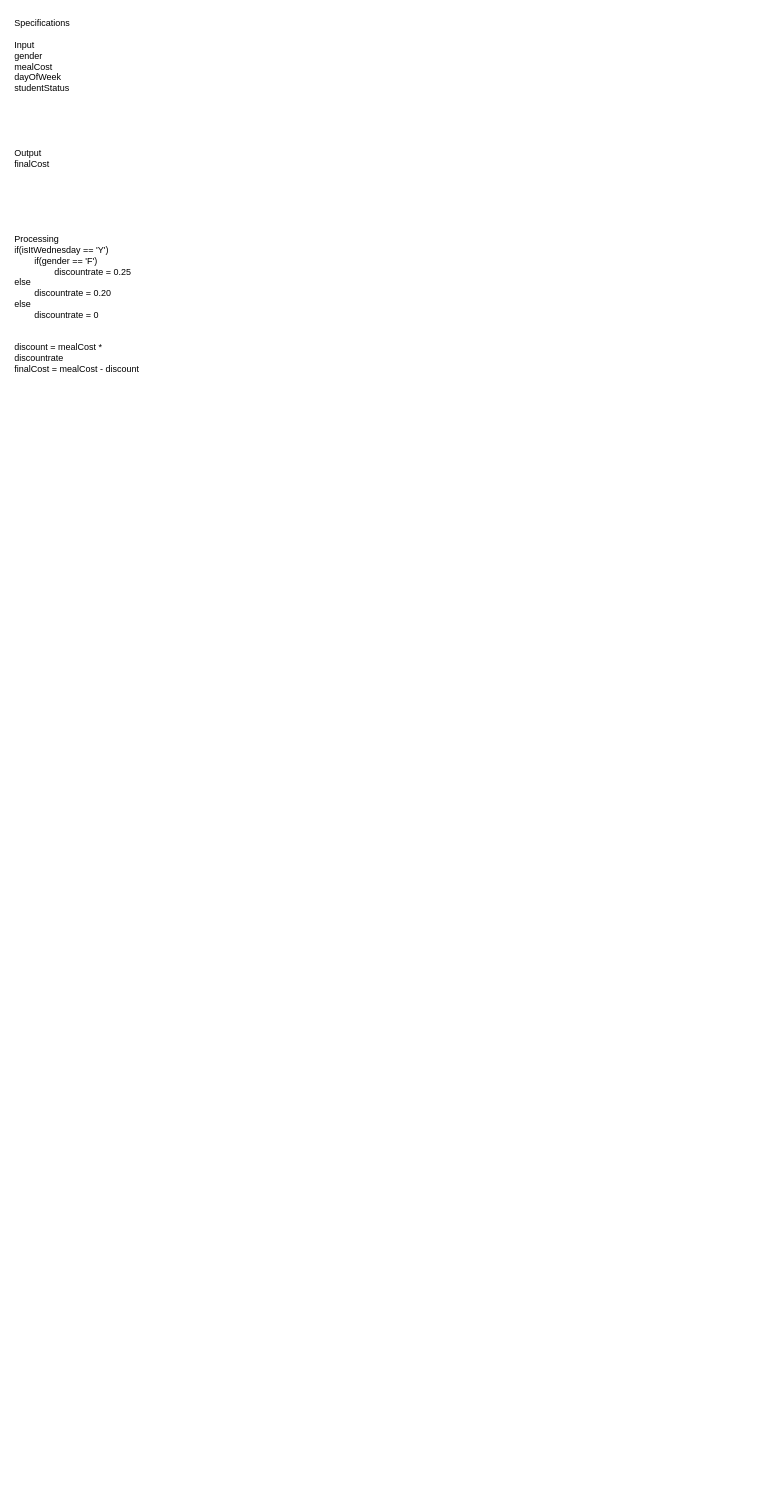
This is page "Page-1" (1 of 2) of Flowcharts/InClassHW.drawio from ElectricDaFearox/Tougaloo-Fundemental-Programming, a draw.io file, before an edit. Source tidied: cells renumbered, new cells numbered last; positions are measured from the earlier drawing's top-left corner, leaving out a move shared by most shapes. Both pictures are drawn from the tidied source at 75%, with x=0, y=0 at pixel (13, 13).
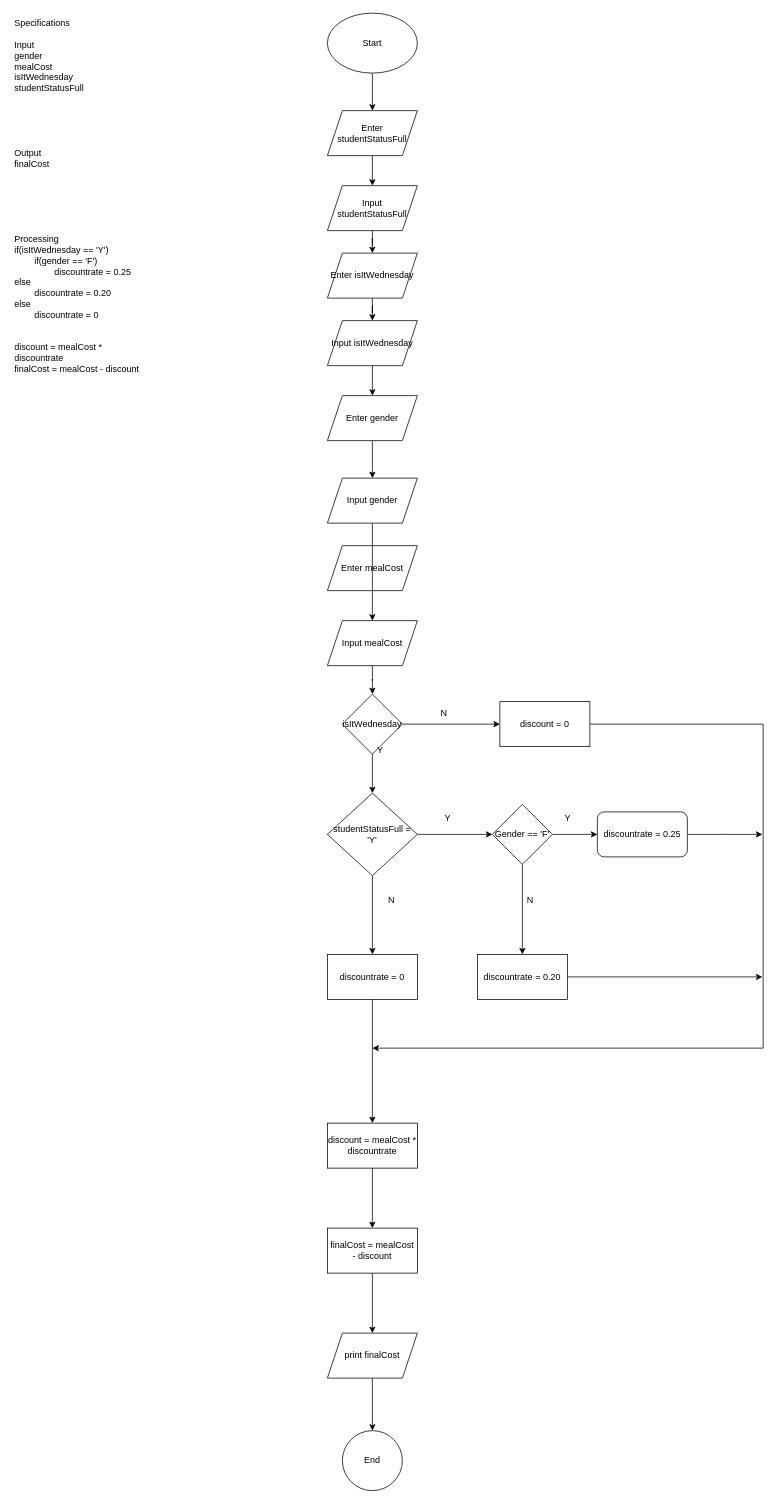
Above is the later version.

What changed in the source:
```diff
@@
-    <mxCell id="2" value="Specifications&lt;br&gt;&lt;br&gt;Input&lt;br&gt;&lt;div&gt;gender&lt;br&gt;mealCost&lt;br&gt;dayOfWeek&lt;/div&gt;&lt;div&gt;studentStatus&lt;br&gt;&lt;/div&gt;&lt;br&gt;&lt;br&gt;&lt;br&gt;&lt;br&gt;&lt;br&gt;Output&lt;br&gt;finalCost&lt;br&gt;&lt;br&gt;&lt;br&gt;&lt;br&gt;&lt;br&gt;&lt;br&gt;&lt;br&gt;Processing&lt;br&gt;if(isItWednesday == 'Y')&lt;br&gt;&lt;span style=&quot;white-space: pre;&quot;&gt;&#9;&lt;/span&gt;if(gender == 'F')&lt;br&gt;&lt;div&gt;&lt;span style=&quot;white-space: pre;&quot;&gt;&#9;&lt;/span&gt;&lt;span style=&quot;white-space: pre;&quot;&gt;&#9;&lt;/span&gt;discountrate = 0.25&lt;/div&gt;&lt;div&gt;else&lt;br&gt;&lt;span style=&quot;white-space: pre;&quot;&gt;&#9;&lt;/span&gt;discountrate = 0.20&lt;br&gt;else&lt;br&gt;&lt;span style=&quot;white-space: pre;&quot;&gt;&#9;&lt;/span&gt;discountrate = 0&lt;br&gt;&lt;/div&gt;&lt;br&gt;&lt;br&gt;discount = mealCost * discountrate&lt;br&gt;finalCost = mealCost - discount" style="text;html=1;whiteSpace=wrap;overflow=hidden;rounded=0;" parent="1" vertex="1">
+    <mxCell id="2" value="Specifications&lt;br&gt;&lt;br&gt;Input&lt;br&gt;&lt;div&gt;gender&lt;br&gt;mealCost&lt;br&gt;isItWednesday&lt;br&gt;&lt;/div&gt;&lt;div&gt;studentStatusFull&lt;br&gt;&lt;/div&gt;&lt;br&gt;&lt;br&gt;&lt;br&gt;&lt;br&gt;&lt;br&gt;Output&lt;br&gt;finalCost&lt;br&gt;&lt;br&gt;&lt;br&gt;&lt;br&gt;&lt;br&gt;&lt;br&gt;&lt;br&gt;Processing&lt;br&gt;if(isItWednesday == 'Y')&lt;br&gt;&lt;span style=&quot;white-space: pre;&quot;&gt;&#9;&lt;/span&gt;if(gender == 'F')&lt;br&gt;&lt;div&gt;&lt;span style=&quot;white-space: pre;&quot;&gt;&#9;&lt;/span&gt;&lt;span style=&quot;white-space: pre;&quot;&gt;&#9;&lt;/span&gt;discountrate = 0.25&lt;/div&gt;&lt;div&gt;else&lt;br&gt;&lt;span style=&quot;white-space: pre;&quot;&gt;&#9;&lt;/span&gt;discountrate = 0.20&lt;br&gt;else&lt;br&gt;&lt;span style=&quot;white-space: pre;&quot;&gt;&#9;&lt;/span&gt;discountrate = 0&lt;br&gt;&lt;/div&gt;&lt;br&gt;&lt;br&gt;discount = mealCost * discountrate&lt;br&gt;finalCost = mealCost - discount" style="text;html=1;whiteSpace=wrap;overflow=hidden;rounded=0;" parent="1" vertex="1">
       <mxGeometry width="180" height="560" as="geometry" />
     </mxCell>
+    <mxCell id="3" style="edgeStyle=orthogonalEdgeStyle;rounded=0;jettySize=auto;html=1;" parent="1" edge="1" source="4" target="6">
+      <mxGeometry relative="1" as="geometry" />
+    </mxCell>
+    <mxCell id="4" value="Start" style="ellipse;whiteSpace=wrap;html=1;" parent="1" vertex="1">
+      <mxGeometry x="419" width="120" height="80" as="geometry" />
+    </mxCell>
+    <mxCell id="5" style="edgeStyle=orthogonalEdgeStyle;rounded=0;jettySize=auto;html=1;" parent="1" edge="1" source="6" target="8">
+      <mxGeometry relative="1" as="geometry" />
+    </mxCell>
+    <mxCell id="6" value="Enter studentStatusFull" style="shape=parallelogram;perimeter=parallelogramPerimeter;whiteSpace=wrap;html=1;fixedSize=1;" parent="1" vertex="1">
+      <mxGeometry x="419" y="130" width="120" height="60" as="geometry" />
+    </mxCell>
+    <mxCell id="7" style="edgeStyle=orthogonalEdgeStyle;rounded=0;jettySize=auto;html=1;" parent="1" edge="1" source="8" target="10">
+      <mxGeometry relative="1" as="geometry" />
+    </mxCell>
+    <mxCell id="8" value="Input studentStatusFull" style="shape=parallelogram;perimeter=parallelogramPerimeter;whiteSpace=wrap;html=1;fixedSize=1;" parent="1" vertex="1">
+      <mxGeometry x="419" y="230" width="120" height="60" as="geometry" />
+    </mxCell>
+    <mxCell id="9" style="edgeStyle=orthogonalEdgeStyle;rounded=0;jettySize=auto;html=1;" parent="1" edge="1" source="10" target="12">
+      <mxGeometry relative="1" as="geometry" />
+    </mxCell>
+    <mxCell id="10" value="Enter isItWednesday" style="shape=parallelogram;perimeter=parallelogramPerimeter;whiteSpace=wrap;html=1;fixedSize=1;" parent="1" vertex="1">
+      <mxGeometry x="419" y="320" width="120" height="60" as="geometry" />
+    </mxCell>
+    <mxCell id="11" style="edgeStyle=orthogonalEdgeStyle;rounded=0;jettySize=auto;html=1;" parent="1" edge="1" source="12" target="14">
+      <mxGeometry relative="1" as="geometry" />
+    </mxCell>
+    <mxCell id="12" value="Input isItWednesday" style="shape=parallelogram;perimeter=parallelogramPerimeter;whiteSpace=wrap;html=1;fixedSize=1;" parent="1" vertex="1">
+      <mxGeometry x="419" y="410" width="120" height="60" as="geometry" />
+    </mxCell>
+    <mxCell id="13" style="edgeStyle=orthogonalEdgeStyle;rounded=0;jettySize=auto;html=1;" parent="1" edge="1" source="14" target="16">
+      <mxGeometry relative="1" as="geometry" />
+    </mxCell>
+    <mxCell id="14" value="Enter gender" style="shape=parallelogram;perimeter=parallelogramPerimeter;whiteSpace=wrap;html=1;fixedSize=1;" parent="1" vertex="1">
+      <mxGeometry x="419" y="510" width="120" height="60" as="geometry" />
+    </mxCell>
+    <mxCell id="15" style="edgeStyle=orthogonalEdgeStyle;rounded=0;jettySize=auto;html=1;" parent="1" edge="1" source="44" target="19">
+      <mxGeometry relative="1" as="geometry" />
+    </mxCell>
+    <mxCell id="16" value="Input gender" style="shape=parallelogram;perimeter=parallelogramPerimeter;whiteSpace=wrap;html=1;fixedSize=1;" parent="1" vertex="1">
+      <mxGeometry x="419" y="620" width="120" height="60" as="geometry" />
+    </mxCell>
+    <mxCell id="17" style="edgeStyle=orthogonalEdgeStyle;rounded=0;jettySize=auto;html=1;" parent="1" edge="1" source="19" target="21">
+      <mxGeometry relative="1" as="geometry" />
+    </mxCell>
+    <mxCell id="18" style="edgeStyle=orthogonalEdgeStyle;rounded=0;jettySize=auto;html=1;" parent="1" edge="1" source="19" target="25">
+      <mxGeometry relative="1" as="geometry" />
+    </mxCell>
+    <mxCell id="19" value="isItWednesday" style="rhombus;whiteSpace=wrap;html=1;" parent="1" vertex="1">
+      <mxGeometry x="439" y="908" width="80" height="80" as="geometry" />
+    </mxCell>
+    <mxCell id="20" style="edgeStyle=orthogonalEdgeStyle;rounded=0;jettySize=auto;html=1;exitX=1;exitY=0.5;exitDx=0;exitDy=0;" parent="1" edge="1" source="21">
+      <mxGeometry relative="1" as="geometry">
+        <mxPoint x="479" y="1380" as="targetPoint" />
+        <Array as="points">
+          <mxPoint x="1000" y="948" />
+        </Array>
+      </mxGeometry>
+    </mxCell>
+    <mxCell id="21" value="discount = 0" style="whiteSpace=wrap;html=1;" parent="1" vertex="1">
+      <mxGeometry x="649" y="918" width="120" height="60" as="geometry" />
+    </mxCell>
+    <mxCell id="22" value="N" style="text;html=1;align=center;verticalAlign=middle;strokeColor=none;fillColor=none;" parent="1" vertex="1">
+      <mxGeometry x="559" y="918" width="30" height="30" as="geometry" />
+    </mxCell>
+    <mxCell id="23" style="edgeStyle=orthogonalEdgeStyle;rounded=0;jettySize=auto;html=1;" parent="1" edge="1" source="25" target="29">
+      <mxGeometry relative="1" as="geometry" />
+    </mxCell>
+    <mxCell id="24" style="edgeStyle=orthogonalEdgeStyle;rounded=0;jettySize=auto;html=1;" parent="1" edge="1" source="25" target="34">
+      <mxGeometry relative="1" as="geometry" />
+    </mxCell>
+    <mxCell id="25" value="studentStatusFull = 'Y'" style="rhombus;whiteSpace=wrap;html=1;" parent="1" vertex="1">
+      <mxGeometry x="419" y="1040" width="120" height="110" as="geometry" />
+    </mxCell>
+    <mxCell id="26" value="Y" style="text;html=1;align=center;verticalAlign=middle;strokeColor=none;fillColor=none;" parent="1" vertex="1">
+      <mxGeometry x="474" y="968" width="30" height="30" as="geometry" />
+    </mxCell>
+    <mxCell id="27" style="edgeStyle=orthogonalEdgeStyle;rounded=0;jettySize=auto;html=1;" parent="1" edge="1" source="29" target="31">
+      <mxGeometry relative="1" as="geometry" />
+    </mxCell>
+    <mxCell id="28" style="edgeStyle=orthogonalEdgeStyle;rounded=0;jettySize=auto;html=1;" parent="1" edge="1" source="29" target="38">
+      <mxGeometry relative="1" as="geometry" />
+    </mxCell>
+    <mxCell id="29" value="Gender == 'F'" style="rhombus;whiteSpace=wrap;html=1;" parent="1" vertex="1">
+      <mxGeometry x="639" y="1055" width="80" height="80" as="geometry" />
+    </mxCell>
+    <mxCell id="30" style="edgeStyle=orthogonalEdgeStyle;rounded=0;jettySize=auto;html=1;exitX=1;exitY=0.5;exitDx=0;exitDy=0;" parent="1" edge="1" source="31">
+      <mxGeometry relative="1" as="geometry">
+        <mxPoint x="999" y="1095" as="targetPoint" />
+      </mxGeometry>
+    </mxCell>
+    <mxCell id="31" value="discountrate = 0.25" style="rounded=1;whiteSpace=wrap;html=1;" parent="1" vertex="1">
+      <mxGeometry x="779" y="1065" width="120" height="60" as="geometry" />
+    </mxCell>
+    <mxCell id="32" value="Y" style="text;html=1;align=center;verticalAlign=middle;strokeColor=none;fillColor=none;" parent="1" vertex="1">
+      <mxGeometry x="724" y="1058" width="30" height="30" as="geometry" />
+    </mxCell>
+    <mxCell id="33" style="edgeStyle=orthogonalEdgeStyle;rounded=0;jettySize=auto;html=1;" parent="1" edge="1" source="34" target="41">
+      <mxGeometry relative="1" as="geometry" />
+    </mxCell>
+    <mxCell id="34" value="discountrate = 0" style="whiteSpace=wrap;html=1;" parent="1" vertex="1">
+      <mxGeometry x="419" y="1255" width="120" height="60" as="geometry" />
+    </mxCell>
+    <mxCell id="35" value="N" style="text;html=1;align=center;verticalAlign=middle;strokeColor=none;fillColor=none;" parent="1" vertex="1">
+      <mxGeometry x="489" y="1168" width="30" height="30" as="geometry" />
+    </mxCell>
+    <mxCell id="36" value="Y" style="text;html=1;align=center;verticalAlign=middle;strokeColor=none;fillColor=none;" parent="1" vertex="1">
+      <mxGeometry x="564" y="1058" width="30" height="30" as="geometry" />
+    </mxCell>
+    <mxCell id="37" style="edgeStyle=orthogonalEdgeStyle;rounded=0;jettySize=auto;html=1;exitX=1;exitY=0.5;exitDx=0;exitDy=0;" parent="1" edge="1" source="38">
+      <mxGeometry relative="1" as="geometry">
+        <mxPoint x="999" y="1285" as="targetPoint" />
+      </mxGeometry>
+    </mxCell>
+    <mxCell id="38" value="discountrate = 0.20" style="whiteSpace=wrap;html=1;" parent="1" vertex="1">
+      <mxGeometry x="619" y="1255" width="120" height="60" as="geometry" />
+    </mxCell>
+    <mxCell id="39" value="N" style="text;html=1;align=center;verticalAlign=middle;strokeColor=none;fillColor=none;" parent="1" vertex="1">
+      <mxGeometry x="674" y="1168" width="30" height="30" as="geometry" />
+    </mxCell>
+    <mxCell id="40" style="edgeStyle=orthogonalEdgeStyle;rounded=0;jettySize=auto;html=1;" parent="1" edge="1" source="41" target="46">
+      <mxGeometry relative="1" as="geometry" />
+    </mxCell>
+    <mxCell id="41" value="discount = mealCost * discountrate" style="whiteSpace=wrap;html=1;" parent="1" vertex="1">
+      <mxGeometry x="419" y="1480" width="120" height="60" as="geometry" />
+    </mxCell>
+    <mxCell id="42" value="Enter mealCost" style="shape=parallelogram;perimeter=parallelogramPerimeter;whiteSpace=wrap;html=1;fixedSize=1;" parent="1" vertex="1">
+      <mxGeometry x="419" y="710" width="120" height="60" as="geometry" />
+    </mxCell>
+    <mxCell id="43" style="edgeStyle=orthogonalEdgeStyle;rounded=0;jettySize=auto;html=1;" parent="1" edge="1" source="16" target="44">
+      <mxGeometry relative="1" as="geometry" />
+    </mxCell>
+    <mxCell id="44" value="Input mealCost" style="shape=parallelogram;perimeter=parallelogramPerimeter;whiteSpace=wrap;html=1;fixedSize=1;" parent="1" vertex="1">
+      <mxGeometry x="419" y="810" width="120" height="60" as="geometry" />
+    </mxCell>
+    <mxCell id="45" style="edgeStyle=orthogonalEdgeStyle;rounded=0;jettySize=auto;html=1;" parent="1" edge="1" source="46" target="48">
+      <mxGeometry relative="1" as="geometry" />
+    </mxCell>
+    <mxCell id="46" value="finalCost = mealCost - discount" style="whiteSpace=wrap;html=1;" parent="1" vertex="1">
+      <mxGeometry x="419" y="1620" width="120" height="60" as="geometry" />
+    </mxCell>
+    <mxCell id="47" style="edgeStyle=orthogonalEdgeStyle;rounded=0;jettySize=auto;html=1;" parent="1" edge="1" source="48" target="49">
+      <mxGeometry relative="1" as="geometry" />
+    </mxCell>
+    <mxCell id="48" value="print finalCost" style="shape=parallelogram;perimeter=parallelogramPerimeter;whiteSpace=wrap;html=1;fixedSize=1;" parent="1" vertex="1">
+      <mxGeometry x="419" y="1760" width="120" height="60" as="geometry" />
+    </mxCell>
+    <mxCell id="49" value="End" style="ellipse;whiteSpace=wrap;html=1;" parent="1" vertex="1">
+      <mxGeometry x="439" y="1890" width="80" height="80" as="geometry" />
+    </mxCell>
```
